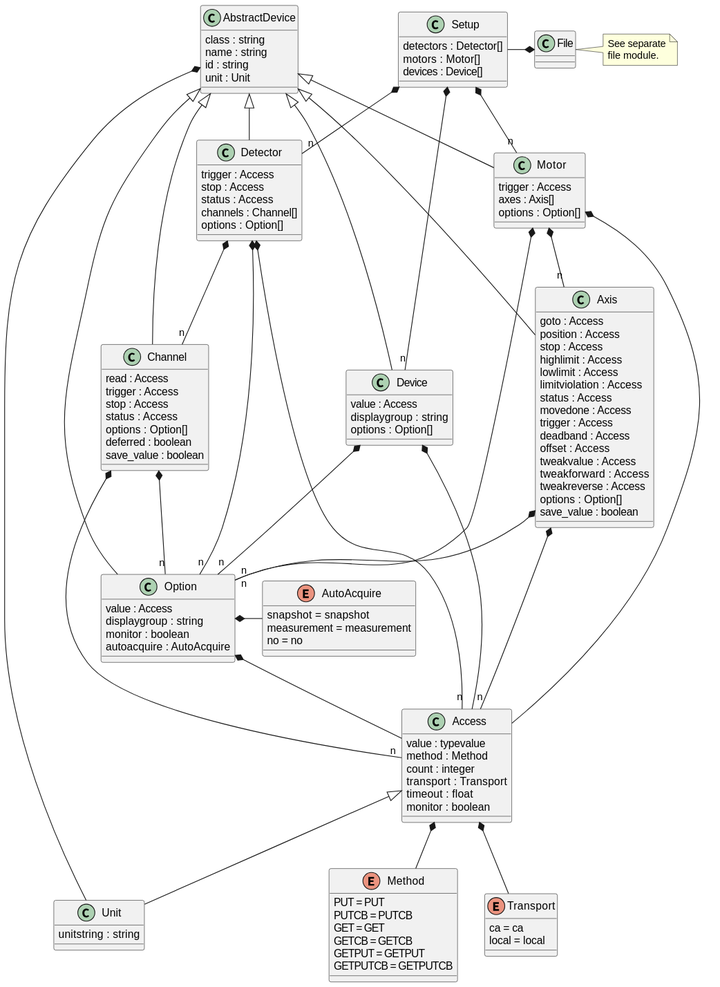
Above: docs/uml/evedata.scml.setup.svg in tillbiskup/evedata (PlantUML), before the change.
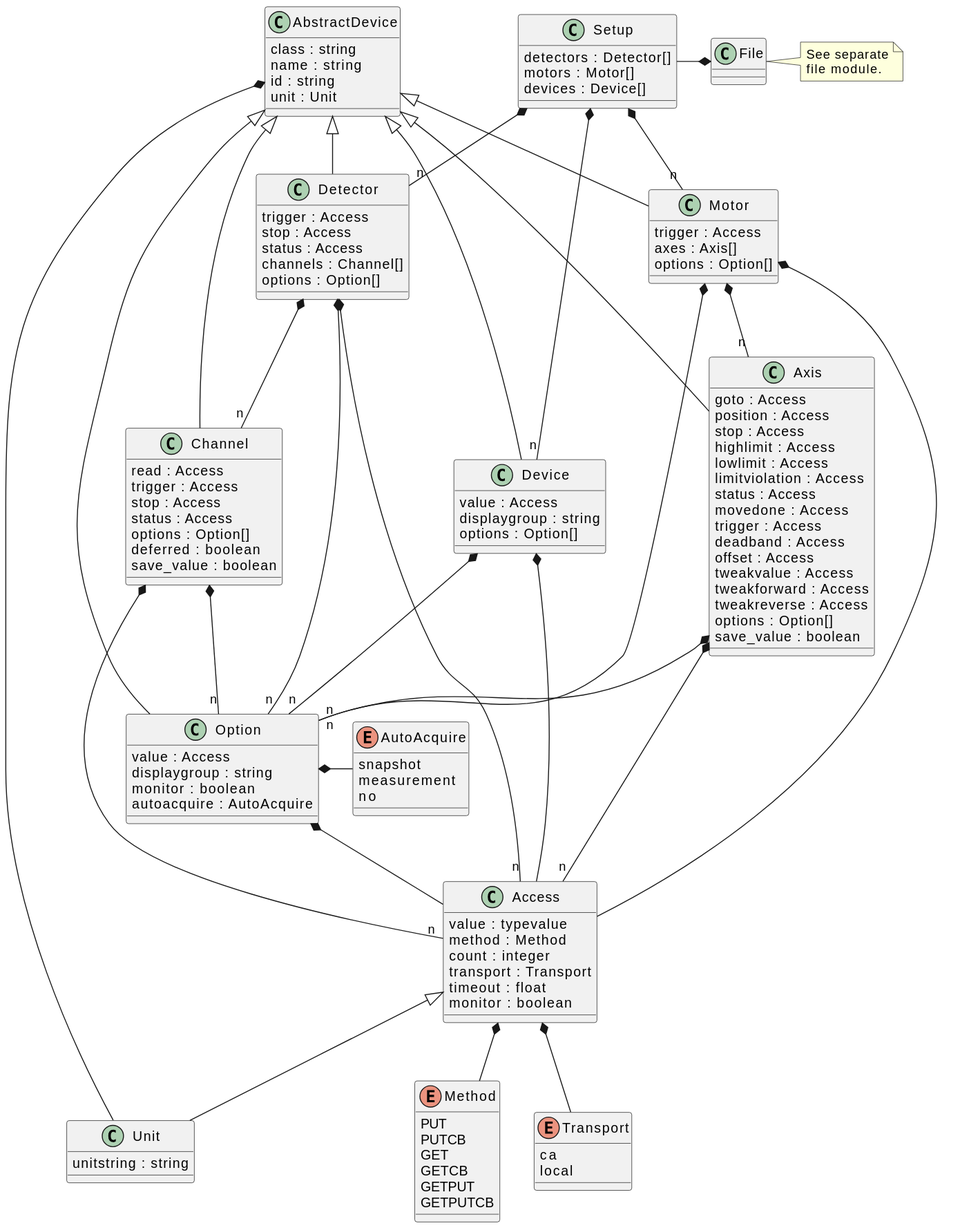
After the commit.

The edit, as a diff of the source:
```diff
@@ -39,9 +39,9 @@
 Access *-- Transport
 
 enum AutoAcquire {
-    snapshot = snapshot
-    measurement = measurement
-    no = no
+    snapshot
+    measurement
+    no
 }
 
 class Axis {
@@ -97,12 +97,12 @@
 Device *-- "n" Option
 
 enum Method {
-    PUT = PUT
-    PUTCB = PUTCB
-    GET = GET
-    GETCB = GETCB
-    GETPUT = GETPUT
-    GETPUTCB = GETPUTCB
+    PUT
+    PUTCB
+    GET
+    GETCB
+    GETPUT
+    GETPUTCB
 }
 
 class Motor {
@@ -124,8 +124,8 @@
 Option *- AutoAcquire
 
 enum Transport {
-    ca = ca
-    local = local
+    ca
+    local
 }
 
 class Unit {
```
